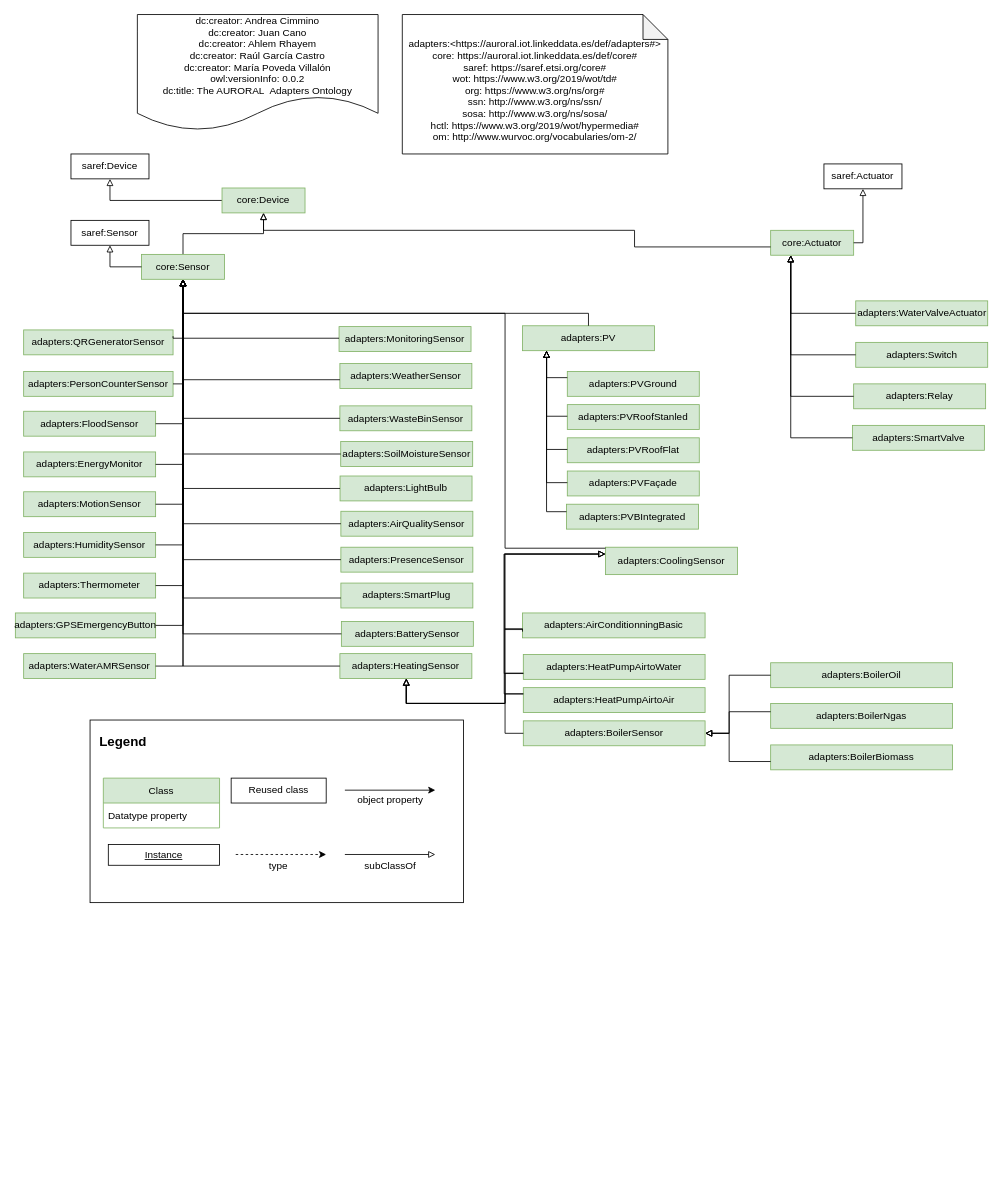
Earlier version of the draw.io diagram page "V2" (1 of 2) of Diagrams/Device-adapters.drawio (oeg-upm/auroral-adapters-ontology). Source tidied: cells renumbered, new cells numbered last; positions are measured from the earlier drawing's top-left corner, leaving out a move shared by most shapes. Both pictures are drawn from the tidied source at 83%, with x=0, y=0 at pixel (15, 14).
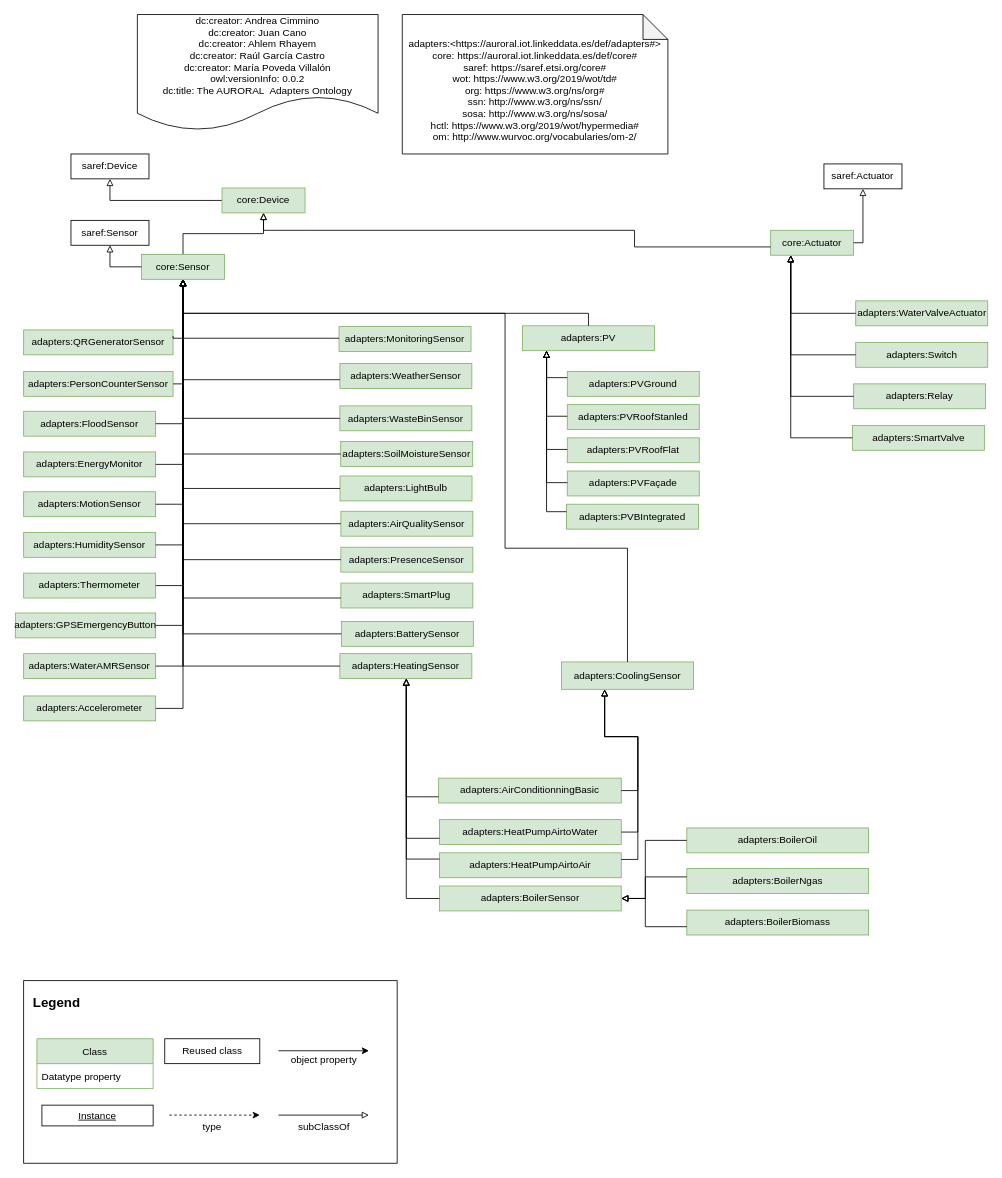
After the change.

Unchanged cells that the change refers to:
```xml
<mxCell id="20" value="core:Sensor" style="rounded=0;whiteSpace=wrap;html=1;fillColor=#d5e8d4;strokeColor=#82b366;" parent="1" vertex="1">
  <mxGeometry x="152" y="289" width="100" height="30" as="geometry" />
</mxCell>
<mxCell id="83" value="adapters:HeatingSensor" style="rounded=0;whiteSpace=wrap;html=1;fillColor=#d5e8d4;strokeColor=#82b366;" parent="1" vertex="1">
  <mxGeometry x="391" y="770" width="159" height="30" as="geometry" />
</mxCell>
```

Change to the diagram source:
```diff
@@
     <mxCell id="7" style="rounded=0;whiteSpace=wrap;html=1;" parent="1" vertex="1">
-      <mxGeometry x="90" y="850" width="450" height="220" as="geometry" />
+      <mxGeometry x="10" y="1164" width="450" height="220" as="geometry" />
     </mxCell>
     <mxCell id="8" value="Legend" style="text;strokeColor=none;fillColor=none;align=center;verticalAlign=middle;rounded=0;fontStyle=1;fontSize=16;" parent="1" vertex="1">
-      <mxGeometry x="100" y="860" width="60" height="30" as="geometry" />
+      <mxGeometry x="20" y="1174" width="60" height="30" as="geometry" />
     </mxCell>
     <mxCell id="9" value="Class" style="swimlane;fontStyle=0;horizontal=1;startSize=30;fillColor=#d5e8d4;strokeColor=#82b366;" parent="1" vertex="1">
-      <mxGeometry x="106" y="920" width="140" height="60" as="geometry" />
+      <mxGeometry x="26" y="1234" width="140" height="60" as="geometry" />
     </mxCell>
@@
     <mxCell id="11" value="&lt;u&gt;Instance&lt;/u&gt;" style="rounded=0;whiteSpace=wrap;html=1;" parent="1" vertex="1">
-      <mxGeometry x="112" y="1000" width="134" height="25" as="geometry" />
+      <mxGeometry x="32" y="1314" width="134" height="25" as="geometry" />
     </mxCell>
     <mxCell id="12" value="Reused class" style="rounded=0;whiteSpace=wrap;html=1;" parent="1" vertex="1">
-      <mxGeometry x="260" y="920" width="114.5" height="30" as="geometry" />
+      <mxGeometry x="180" y="1234" width="114.5" height="30" as="geometry" />
     </mxCell>
     <mxCell id="13" style="edgeStyle=orthogonalEdgeStyle;rounded=0;orthogonalLoop=1;jettySize=auto;html=1;endArrow=classic;endFill=1;dashed=1;" parent="1" edge="1">
       <mxGeometry relative="1" as="geometry">
-        <mxPoint x="265.5" y="1012" as="sourcePoint" />
-        <mxPoint x="374.5" y="1012" as="targetPoint" />
+        <mxPoint x="185.5" y="1326" as="sourcePoint" />
+        <mxPoint x="294.5" y="1326" as="targetPoint" />
         <Array as="points">
-          <mxPoint x="265.5" y="1012" />
+          <mxPoint x="185.5" y="1326" />
         </Array>
       </mxGeometry>
     </mxCell>
     <mxCell id="14" style="edgeStyle=orthogonalEdgeStyle;rounded=0;orthogonalLoop=1;jettySize=auto;html=1;endArrow=classic;endFill=1;" parent="1" edge="1">
       <mxGeometry relative="1" as="geometry">
-        <mxPoint x="397" y="934.5" as="sourcePoint" />
-        <mxPoint x="506" y="934.5" as="targetPoint" />
+        <mxPoint x="317" y="1248.5" as="sourcePoint" />
+        <mxPoint x="426" y="1248.5" as="targetPoint" />
         <Array as="points">
-          <mxPoint x="397" y="934.5" />
+          <mxPoint x="317" y="1248.5" />
         </Array>
       </mxGeometry>
     </mxCell>
     <mxCell id="15" style="edgeStyle=orthogonalEdgeStyle;rounded=0;orthogonalLoop=1;jettySize=auto;html=1;endArrow=block;endFill=0;" parent="1" edge="1">
       <mxGeometry relative="1" as="geometry">
-        <mxPoint x="397" y="1012" as="sourcePoint" />
-        <mxPoint x="506" y="1012" as="targetPoint" />
+        <mxPoint x="317" y="1326" as="sourcePoint" />
+        <mxPoint x="426" y="1326" as="targetPoint" />
         <Array as="points">
-          <mxPoint x="397" y="1012" />
+          <mxPoint x="317" y="1326" />
         </Array>
       </mxGeometry>
     </mxCell>
     <mxCell id="16" value="type" style="text;strokeColor=none;fillColor=none;align=center;verticalAlign=middle;rounded=0;" parent="1" vertex="1">
-      <mxGeometry x="287.2" y="1010" width="60" height="30" as="geometry" />
+      <mxGeometry x="207.2" y="1324" width="60" height="30" as="geometry" />
     </mxCell>
     <mxCell id="17" value="object property" style="text;strokeColor=none;fillColor=none;align=center;verticalAlign=middle;rounded=0;" parent="1" vertex="1">
-      <mxGeometry x="397" y="930" width="110" height="30" as="geometry" />
+      <mxGeometry x="317" y="1244" width="110" height="30" as="geometry" />
     </mxCell>
     <mxCell id="18" value="subClassOf" style="text;strokeColor=none;fillColor=none;align=center;verticalAlign=middle;rounded=0;" parent="1" vertex="1">
-      <mxGeometry x="397" y="1010" width="110" height="30" as="geometry" />
+      <mxGeometry x="317" y="1324" width="110" height="30" as="geometry" />
     </mxCell>
@@
     <mxCell id="84" value="adapters:CoolingSensor" style="rounded=0;whiteSpace=wrap;html=1;fillColor=#d5e8d4;strokeColor=#82b366;" parent="1" vertex="1">
-      <mxGeometry x="711" y="641.8" width="159" height="33" as="geometry" />
+      <mxGeometry x="658" y="780" width="159" height="33" as="geometry" />
     </mxCell>
     <mxCell id="85" value="adapters:AirConditionningBasic" style="rounded=0;whiteSpace=wrap;html=1;fillColor=#d5e8d4;strokeColor=#82b366;" parent="1" vertex="1">
-      <mxGeometry x="611" y="721" width="220" height="30" as="geometry" />
+      <mxGeometry x="510" y="920" width="220" height="30" as="geometry" />
     </mxCell>
     <mxCell id="86" value="adapters:HeatPumpAirtoWater" style="rounded=0;whiteSpace=wrap;html=1;fillColor=#d5e8d4;strokeColor=#82b366;" parent="1" vertex="1">
-      <mxGeometry x="612" y="771" width="219" height="30" as="geometry" />
+      <mxGeometry x="511" y="970" width="219" height="30" as="geometry" />
     </mxCell>
     <mxCell id="87" value="adapters:HeatPumpAirtoAir" style="rounded=0;whiteSpace=wrap;html=1;fillColor=#d5e8d4;strokeColor=#82b366;" parent="1" vertex="1">
-      <mxGeometry x="612" y="811" width="219" height="30" as="geometry" />
+      <mxGeometry x="511" y="1010" width="219" height="30" as="geometry" />
     </mxCell>
     <mxCell id="88" value="adapters:BoilerSensor" style="rounded=0;whiteSpace=wrap;html=1;fillColor=#d5e8d4;strokeColor=#82b366;" parent="1" vertex="1">
-      <mxGeometry x="612" y="851" width="219" height="30" as="geometry" />
+      <mxGeometry x="511" y="1050" width="219" height="30" as="geometry" />
     </mxCell>
     <mxCell id="89" value="adapters:BoilerOil" style="rounded=0;whiteSpace=wrap;html=1;fillColor=#d5e8d4;strokeColor=#82b366;" parent="1" vertex="1">
-      <mxGeometry x="910" y="781" width="219" height="30" as="geometry" />
+      <mxGeometry x="809" y="980" width="219" height="30" as="geometry" />
     </mxCell>
     <mxCell id="90" value="adapters:BoilerNgas" style="rounded=0;whiteSpace=wrap;html=1;fillColor=#d5e8d4;strokeColor=#82b366;" parent="1" vertex="1">
-      <mxGeometry x="910" y="830" width="219" height="30" as="geometry" />
+      <mxGeometry x="809" y="1029" width="219" height="30" as="geometry" />
     </mxCell>
     <mxCell id="91" value="adapters:BoilerBiomass" style="rounded=0;whiteSpace=wrap;html=1;fillColor=#d5e8d4;strokeColor=#82b366;" parent="1" vertex="1">
-      <mxGeometry x="910" y="880" width="219" height="30" as="geometry" />
+      <mxGeometry x="809" y="1079" width="219" height="30" as="geometry" />
     </mxCell>
-    <mxCell id="92" style="edgeStyle=orthogonalEdgeStyle;rounded=0;jettySize=auto;html=1;exitX=0;exitY=0.5;exitDx=0;exitDy=0;entryX=0;entryY=0.25;entryDx=0;entryDy=0;fontSize=11;endArrow=block;endFill=0;" parent="1" edge="1" target="84">
+    <mxCell id="92" style="edgeStyle=orthogonalEdgeStyle;rounded=0;jettySize=auto;html=1;fontSize=11;endArrow=block;endFill=0;" parent="1" edge="1" source="85" target="84">
       <mxGeometry relative="1" as="geometry">
-        <mxPoint x="611" y="741" as="sourcePoint" />
         <Array as="points">
-          <mxPoint x="590" y="741" />
-          <mxPoint x="590" y="651" />
+          <mxPoint x="750" y="935" />
+          <mxPoint x="750" y="870" />
+          <mxPoint x="710" y="870" />
         </Array>
       </mxGeometry>
     </mxCell>
     <mxCell id="93" style="edgeStyle=orthogonalEdgeStyle;rounded=0;jettySize=auto;html=1;fontSize=11;endArrow=block;endFill=0;" parent="1" edge="1" source="86" target="84">
       <mxGeometry relative="1" as="geometry">
         <Array as="points">
-          <mxPoint x="589" y="794" />
-          <mxPoint x="589" y="650" />
+          <mxPoint x="750" y="985" />
+          <mxPoint x="750" y="870" />
+          <mxPoint x="710" y="870" />
         </Array>
       </mxGeometry>
     </mxCell>
-    <mxCell id="94" style="edgeStyle=orthogonalEdgeStyle;rounded=0;jettySize=auto;html=1;fontSize=11;endArrow=block;endFill=0;exitX=0;exitY=0.25;exitDx=0;exitDy=0;" parent="1" edge="1" source="87" target="84">
+    <mxCell id="94" style="edgeStyle=orthogonalEdgeStyle;rounded=0;jettySize=auto;html=1;fontSize=11;endArrow=block;endFill=0;" parent="1" edge="1" source="87" target="84">
       <mxGeometry relative="1" as="geometry">
         <Array as="points">
-          <mxPoint x="589" y="819" />
-          <mxPoint x="589" y="650" />
+          <mxPoint x="750" y="1018" />
+          <mxPoint x="750" y="870" />
+          <mxPoint x="710" y="870" />
         </Array>
       </mxGeometry>
     </mxCell>
     <mxCell id="95" style="edgeStyle=orthogonalEdgeStyle;rounded=0;jettySize=auto;html=1;exitX=0;exitY=0.75;exitDx=0;exitDy=0;fontSize=11;endArrow=block;endFill=0;" parent="1" edge="1" source="85" target="83">
       <mxGeometry relative="1" as="geometry">
         <Array as="points">
-          <mxPoint x="611" y="740" />
-          <mxPoint x="590" y="740" />
-          <mxPoint x="590" y="830" />
-          <mxPoint x="471" y="830" />
+          <mxPoint x="471" y="943" />
         </Array>
       </mxGeometry>
     </mxCell>
     <mxCell id="96" style="edgeStyle=orthogonalEdgeStyle;rounded=0;jettySize=auto;html=1;fontSize=11;endArrow=block;endFill=0;exitX=0;exitY=0.75;exitDx=0;exitDy=0;" parent="1" edge="1" source="86" target="83">
       <mxGeometry relative="1" as="geometry">
         <Array as="points">
-          <mxPoint x="590" y="794" />
-          <mxPoint x="590" y="830" />
-          <mxPoint x="471" y="830" />
+          <mxPoint x="471" y="993" />
         </Array>
       </mxGeometry>
     </mxCell>
     <mxCell id="97" style="edgeStyle=orthogonalEdgeStyle;rounded=0;jettySize=auto;html=1;fontSize=11;endArrow=block;endFill=0;exitX=0;exitY=0.25;exitDx=0;exitDy=0;" parent="1" edge="1" source="87" target="83">
       <mxGeometry relative="1" as="geometry">
         <Array as="points">
-          <mxPoint x="590" y="819" />
-          <mxPoint x="590" y="830" />
-          <mxPoint x="471" y="830" />
+          <mxPoint x="471" y="1018" />
         </Array>
       </mxGeometry>
     </mxCell>
     <mxCell id="98" style="edgeStyle=orthogonalEdgeStyle;rounded=0;jettySize=auto;html=1;fontSize=11;endArrow=block;endFill=0;exitX=0;exitY=0.5;exitDx=0;exitDy=0;" parent="1" edge="1" source="88" target="83">
       <mxGeometry relative="1" as="geometry">
         <Array as="points">
-          <mxPoint x="590" y="866" />
-          <mxPoint x="590" y="830" />
-          <mxPoint x="471" y="830" />
+          <mxPoint x="471" y="1065" />
         </Array>
       </mxGeometry>
     </mxCell>
@@
     <mxCell id="101" style="edgeStyle=orthogonalEdgeStyle;rounded=0;jettySize=auto;html=1;fontSize=11;endArrow=block;endFill=0;" parent="1" edge="1" source="89" target="88">
       <mxGeometry relative="1" as="geometry">
         <Array as="points">
-          <mxPoint x="860" y="796" />
-          <mxPoint x="860" y="866" />
+          <mxPoint x="759" y="995" />
+          <mxPoint x="759" y="1065" />
         </Array>
       </mxGeometry>
     </mxCell>
     <mxCell id="102" style="edgeStyle=orthogonalEdgeStyle;rounded=0;jettySize=auto;html=1;fontSize=11;endArrow=block;endFill=0;" parent="1" edge="1" source="90" target="88">
       <mxGeometry relative="1" as="geometry">
         <Array as="points">
-          <mxPoint x="860" y="840" />
-          <mxPoint x="860" y="866" />
+          <mxPoint x="759" y="1039" />
+          <mxPoint x="759" y="1065" />
         </Array>
       </mxGeometry>
     </mxCell>
     <mxCell id="103" style="edgeStyle=orthogonalEdgeStyle;rounded=0;jettySize=auto;html=1;fontSize=11;endArrow=block;endFill=0;entryX=1;entryY=0.5;entryDx=0;entryDy=0;" parent="1" edge="1" source="91" target="88">
       <mxGeometry relative="1" as="geometry">
         <Array as="points">
-          <mxPoint x="860" y="900" />
-          <mxPoint x="860" y="866" />
+          <mxPoint x="759" y="1099" />
+          <mxPoint x="759" y="1065" />
         </Array>
       </mxGeometry>
     </mxCell>
+    <mxCell id="104" value="adapters:Accelerometer" style="rounded=0;whiteSpace=wrap;html=1;fillColor=#d5e8d4;strokeColor=#82b366;" parent="1" vertex="1">
+      <mxGeometry x="10" y="821" width="159" height="30" as="geometry" />
+    </mxCell>
+    <mxCell id="105" style="edgeStyle=orthogonalEdgeStyle;rounded=0;jettySize=auto;html=1;fontSize=11;endArrow=block;endFill=0;" parent="1" edge="1" source="104" target="20">
+      <mxGeometry relative="1" as="geometry">
+        <Array as="points">
+          <mxPoint x="202" y="836" />
+        </Array>
+      </mxGeometry>
+    </mxCell>
```
